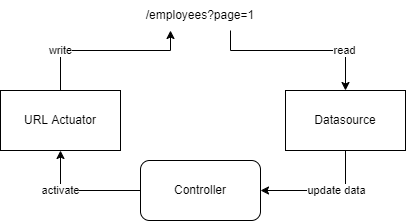
The draw.io diagram .gitbook/assets/datasource_url_flow.drawio.png in Bernardo-MG/development-docs-architecture, before a commit. Source tidied: cells renumbered, new cells last; positions are measured from the earlier drawing's top-left corner, leaving out a move shared by most shapes.
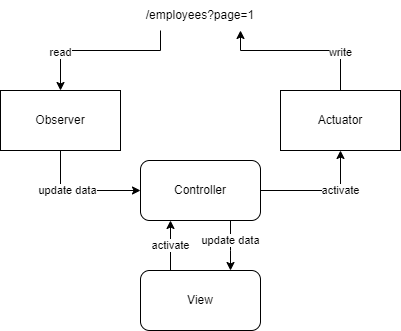
The same file after the commit.

What changed in the source:
```diff
@@ -2,11 +2,11 @@
   <root>
     <mxCell id="0" />
     <mxCell id="1" parent="0" />
-    <mxCell id="2" value="URL Actuator" style="rounded=0;whiteSpace=wrap;html=1;" parent="1" vertex="1">
-      <mxGeometry y="90" width="120" height="60" as="geometry" />
+    <mxCell id="2" value="Actuator" style="rounded=0;whiteSpace=wrap;html=1;" parent="1" vertex="1">
+      <mxGeometry x="280" y="90" width="120" height="60" as="geometry" />
     </mxCell>
-    <mxCell id="3" value="Datasource" style="rounded=0;whiteSpace=wrap;html=1;" parent="1" vertex="1">
-      <mxGeometry x="285" y="90" width="120" height="60" as="geometry" />
+    <mxCell id="3" value="Observer" style="rounded=0;whiteSpace=wrap;html=1;" parent="1" vertex="1">
+      <mxGeometry y="90" width="120" height="60" as="geometry" />
     </mxCell>
     <mxCell id="4" value="/employees?page=1" style="text;html=1;strokeColor=none;fillColor=none;align=center;verticalAlign=middle;whiteSpace=wrap;rounded=0;" parent="1" vertex="1">
       <mxGeometry x="120" width="160" height="30" as="geometry" />
@@ -17,28 +17,47 @@
     <mxCell id="6" value="activate" style="endArrow=classic;html=1;rounded=0;edgeStyle=orthogonalEdgeStyle;entryX=0.5;entryY=1;entryDx=0;entryDy=0;" parent="1" edge="1" source="5" target="2">
       <mxGeometry x="0.33" relative="1" as="geometry" />
     </mxCell>
-    <mxCell id="7" value="write" style="endArrow=classic;html=1;rounded=0;edgeStyle=orthogonalEdgeStyle;" parent="1" edge="1" source="2" target="4">
+    <mxCell id="7" value="write" style="endArrow=classic;html=1;rounded=0;edgeStyle=orthogonalEdgeStyle;entryX=0.75;entryY=1;entryDx=0;entryDy=0;" parent="1" edge="1" source="2" target="4">
       <mxGeometry x="-0.53" relative="1" as="geometry">
         <Array as="points">
-          <mxPoint x="60" y="50" />
-          <mxPoint x="170" y="50" />
+          <mxPoint x="340" y="50" />
+          <mxPoint x="240" y="50" />
         </Array>
       </mxGeometry>
     </mxCell>
-    <mxCell id="8" value="read" style="endArrow=classic;html=1;rounded=0;edgeStyle=orthogonalEdgeStyle;entryX=0.5;entryY=0;entryDx=0;entryDy=0;" parent="1" edge="1" source="4" target="3">
+    <mxCell id="8" value="read" style="endArrow=classic;html=1;rounded=0;edgeStyle=orthogonalEdgeStyle;entryX=0.5;entryY=0;entryDx=0;entryDy=0;exitX=0.25;exitY=1;exitDx=0;exitDy=0;" parent="1" edge="1" source="4" target="3">
       <mxGeometry x="0.53" relative="1" as="geometry">
         <Array as="points">
-          <mxPoint x="230" y="50" />
-          <mxPoint x="345" y="50" />
+          <mxPoint x="160" y="50" />
+          <mxPoint x="60" y="50" />
         </Array>
       </mxGeometry>
     </mxCell>
-    <mxCell id="9" value="update data" style="endArrow=classic;html=1;rounded=0;edgeStyle=orthogonalEdgeStyle;entryX=1;entryY=0.5;entryDx=0;entryDy=0;exitX=0.5;exitY=1;exitDx=0;exitDy=0;" parent="1" edge="1" source="3" target="5">
+    <mxCell id="9" value="update data" style="endArrow=classic;html=1;rounded=0;edgeStyle=orthogonalEdgeStyle;entryX=0;entryY=0.5;entryDx=0;entryDy=0;exitX=0.5;exitY=1;exitDx=0;exitDy=0;" parent="1" edge="1" source="3" target="5">
       <mxGeometry x="-0.22" relative="1" as="geometry">
         <Array as="points">
-          <mxPoint x="345" y="190" />
+          <mxPoint x="60" y="190" />
         </Array>
       </mxGeometry>
     </mxCell>
+    <mxCell id="10" value="View" style="rounded=1;whiteSpace=wrap;html=1;" parent="1" vertex="1">
+      <mxGeometry x="140" y="270" width="120" height="60" as="geometry" />
+    </mxCell>
+    <mxCell id="11" value="activate" style="endArrow=classic;html=1;rounded=0;edgeStyle=orthogonalEdgeStyle;entryX=0.25;entryY=1;entryDx=0;entryDy=0;exitX=0.25;exitY=0;exitDx=0;exitDy=0;" parent="1" edge="1" source="10" target="5">
+      <mxGeometry relative="1" as="geometry">
+        <Array as="points">
+          <mxPoint x="170" y="250" />
+          <mxPoint x="170" y="250" />
+        </Array>
+      </mxGeometry>
+    </mxCell>
+    <mxCell id="12" value="update data" style="endArrow=classic;html=1;rounded=0;edgeStyle=orthogonalEdgeStyle;entryX=0.75;entryY=0;entryDx=0;entryDy=0;exitX=0.75;exitY=1;exitDx=0;exitDy=0;" parent="1" edge="1" source="5" target="10">
+      <mxGeometry x="-0.2" relative="1" as="geometry">
+        <Array as="points">
+          <mxPoint x="230" y="250" />
+          <mxPoint x="230" y="250" />
+        </Array>
+      </mxGeometry>
+    </mxCell>
   </root>
 </mxGraphModel>
```
